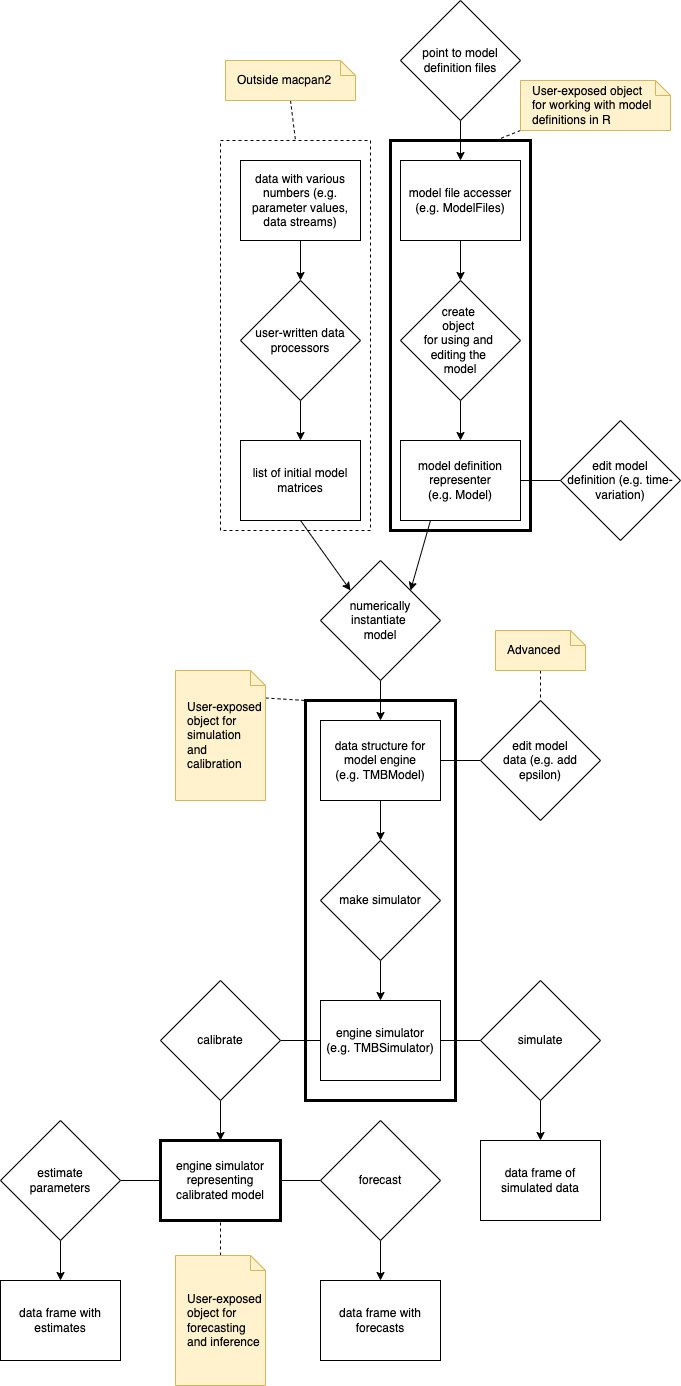
Before: misc/diagrams/object_dependencies.png, a diagram exported from draw.io (canmod/macpan2). Source tidied: cells renumbered, new cells last; positions are measured from the earlier drawing's top-left corner, leaving out a move shared by most shapes. Its diagram source:
```xml
<mxGraphModel background="#ffffff">
  <root>
    <mxCell id="0" />
    <mxCell id="1" parent="0" />
    <mxCell id="2" style="rounded=0;whiteSpace=wrap;html=1;fillColor=none;dashed=1;" parent="1" vertex="1">
      <mxGeometry x="220" y="140" width="150" height="390" as="geometry" />
    </mxCell>
    <mxCell id="3" style="edgeStyle=none;html=1;exitX=0.5;exitY=1;exitDx=0;exitDy=0;entryX=0.5;entryY=0;entryDx=0;entryDy=0;" parent="1" edge="1" source="4" target="15">
      <mxGeometry relative="1" as="geometry" />
    </mxCell>
    <mxCell id="4" value="model file accesser&lt;br&gt;(e.g. ModelFiles)" style="rounded=0;whiteSpace=wrap;html=1;" parent="1" vertex="1">
      <mxGeometry x="400" y="160" width="120" height="80" as="geometry" />
    </mxCell>
    <mxCell id="5" style="edgeStyle=none;html=1;exitX=1;exitY=0.5;exitDx=0;exitDy=0;entryX=0;entryY=0.5;entryDx=0;entryDy=0;endArrow=none;endFill=0;" parent="1" edge="1" source="7" target="16">
      <mxGeometry relative="1" as="geometry" />
    </mxCell>
    <mxCell id="6" style="edgeStyle=none;html=1;exitX=0.25;exitY=1;exitDx=0;exitDy=0;entryX=1;entryY=0;entryDx=0;entryDy=0;endArrow=classic;endFill=1;" parent="1" edge="1" source="7" target="18">
      <mxGeometry relative="1" as="geometry" />
    </mxCell>
    <mxCell id="7" value="model definition representer&lt;br&gt;(e.g. Model)" style="rounded=0;whiteSpace=wrap;html=1;" parent="1" vertex="1">
      <mxGeometry x="400" y="440" width="120" height="80" as="geometry" />
    </mxCell>
    <mxCell id="8" style="edgeStyle=none;html=1;exitX=0.5;exitY=1;exitDx=0;exitDy=0;entryX=0.5;entryY=0;entryDx=0;entryDy=0;endArrow=classic;endFill=1;" parent="1" edge="1" source="9" target="26">
      <mxGeometry relative="1" as="geometry" />
    </mxCell>
    <mxCell id="9" value="data structure for model engine&lt;br&gt;(e.g. TMBModel)" style="rounded=0;whiteSpace=wrap;html=1;" parent="1" vertex="1">
      <mxGeometry x="320" y="720" width="120" height="80" as="geometry" />
    </mxCell>
    <mxCell id="10" style="edgeStyle=none;html=1;exitX=0;exitY=0.5;exitDx=0;exitDy=0;entryX=1;entryY=0.5;entryDx=0;entryDy=0;endArrow=none;endFill=0;" parent="1" edge="1" source="11" target="31">
      <mxGeometry relative="1" as="geometry" />
    </mxCell>
    <mxCell id="11" value="engine simulator&lt;br&gt;(e.g. TMBSimulator)" style="rounded=0;whiteSpace=wrap;html=1;" parent="1" vertex="1">
      <mxGeometry x="320" y="1000" width="120" height="80" as="geometry" />
    </mxCell>
    <mxCell id="12" style="edgeStyle=none;html=1;exitX=0.5;exitY=1;exitDx=0;exitDy=0;entryX=0.5;entryY=0;entryDx=0;entryDy=0;" parent="1" edge="1" source="13" target="4">
      <mxGeometry relative="1" as="geometry" />
    </mxCell>
    <mxCell id="13" value="point to model definition files" style="rhombus;whiteSpace=wrap;html=1;" parent="1" vertex="1">
      <mxGeometry x="400" width="120" height="120" as="geometry" />
    </mxCell>
    <mxCell id="14" style="edgeStyle=none;html=1;exitX=0.5;exitY=1;exitDx=0;exitDy=0;entryX=0.5;entryY=0;entryDx=0;entryDy=0;" parent="1" edge="1" source="15" target="7">
      <mxGeometry relative="1" as="geometry" />
    </mxCell>
    <mxCell id="15" value="create &lt;br&gt;object &lt;br&gt;for using and &lt;br&gt;editing the &lt;br&gt;model" style="rhombus;whiteSpace=wrap;html=1;" parent="1" vertex="1">
      <mxGeometry x="400" y="280" width="120" height="120" as="geometry" />
    </mxCell>
    <mxCell id="16" value="edit model&lt;br&gt;definition (e.g. time-variation)" style="rhombus;whiteSpace=wrap;html=1;" parent="1" vertex="1">
      <mxGeometry x="560" y="420" width="120" height="120" as="geometry" />
    </mxCell>
    <mxCell id="17" style="edgeStyle=none;html=1;exitX=0.5;exitY=1;exitDx=0;exitDy=0;entryX=0.5;entryY=0;entryDx=0;entryDy=0;endArrow=classic;endFill=1;" parent="1" edge="1" source="18" target="9">
      <mxGeometry relative="1" as="geometry" />
    </mxCell>
    <mxCell id="18" value="numerically instantiate &lt;br&gt;model" style="rhombus;whiteSpace=wrap;html=1;" parent="1" vertex="1">
      <mxGeometry x="320" y="560" width="120" height="120" as="geometry" />
    </mxCell>
    <mxCell id="19" style="edgeStyle=none;html=1;exitX=0.5;exitY=1;exitDx=0;exitDy=0;entryX=0.5;entryY=0;entryDx=0;entryDy=0;endArrow=classic;endFill=1;" parent="1" edge="1" source="20" target="24">
      <mxGeometry relative="1" as="geometry" />
    </mxCell>
    <mxCell id="20" value="data with various numbers (e.g. parameter values, data streams)" style="rounded=0;whiteSpace=wrap;html=1;" parent="1" vertex="1">
      <mxGeometry x="240" y="160" width="120" height="80" as="geometry" />
    </mxCell>
    <mxCell id="21" style="edgeStyle=none;html=1;exitX=0.5;exitY=1;exitDx=0;exitDy=0;entryX=0;entryY=0;entryDx=0;entryDy=0;endArrow=classic;endFill=1;" parent="1" edge="1" source="22" target="18">
      <mxGeometry relative="1" as="geometry" />
    </mxCell>
    <mxCell id="22" value="list of initial model matrices" style="rounded=0;whiteSpace=wrap;html=1;" parent="1" vertex="1">
      <mxGeometry x="240" y="440" width="120" height="80" as="geometry" />
    </mxCell>
    <mxCell id="23" style="edgeStyle=none;html=1;exitX=0.5;exitY=1;exitDx=0;exitDy=0;entryX=0.5;entryY=0;entryDx=0;entryDy=0;endArrow=classic;endFill=1;" parent="1" edge="1" source="24" target="22">
      <mxGeometry relative="1" as="geometry" />
    </mxCell>
    <mxCell id="24" value="user-written data processors" style="rhombus;whiteSpace=wrap;html=1;" parent="1" vertex="1">
      <mxGeometry x="240" y="280" width="120" height="120" as="geometry" />
    </mxCell>
    <mxCell id="25" style="edgeStyle=none;html=1;exitX=0.5;exitY=1;exitDx=0;exitDy=0;entryX=0.5;entryY=0;entryDx=0;entryDy=0;endArrow=classic;endFill=1;" parent="1" edge="1" source="26" target="11">
      <mxGeometry relative="1" as="geometry" />
    </mxCell>
    <mxCell id="26" value="make simulator" style="rhombus;whiteSpace=wrap;html=1;" parent="1" vertex="1">
      <mxGeometry x="320" y="840" width="120" height="120" as="geometry" />
    </mxCell>
    <mxCell id="27" style="edgeStyle=none;html=1;exitX=0;exitY=0.5;exitDx=0;exitDy=0;entryX=1;entryY=0.5;entryDx=0;entryDy=0;endArrow=none;endFill=0;" parent="1" edge="1" source="29" target="11">
      <mxGeometry relative="1" as="geometry" />
    </mxCell>
    <mxCell id="28" style="edgeStyle=none;html=1;exitX=0.5;exitY=1;exitDx=0;exitDy=0;entryX=0.5;entryY=0;entryDx=0;entryDy=0;endArrow=classic;endFill=1;" parent="1" edge="1" source="29" target="37">
      <mxGeometry relative="1" as="geometry" />
    </mxCell>
    <mxCell id="29" value="simulate" style="rhombus;whiteSpace=wrap;html=1;" parent="1" vertex="1">
      <mxGeometry x="480" y="980" width="120" height="120" as="geometry" />
    </mxCell>
    <mxCell id="30" style="edgeStyle=none;html=1;exitX=0.5;exitY=1;exitDx=0;exitDy=0;entryX=0.5;entryY=0;entryDx=0;entryDy=0;endArrow=classic;endFill=1;" parent="1" edge="1" source="31" target="36">
      <mxGeometry relative="1" as="geometry" />
    </mxCell>
    <mxCell id="31" value="calibrate" style="rhombus;whiteSpace=wrap;html=1;" parent="1" vertex="1">
      <mxGeometry x="160" y="980" width="120" height="120" as="geometry" />
    </mxCell>
    <mxCell id="32" style="edgeStyle=none;html=1;exitX=0;exitY=0.5;exitDx=0;exitDy=0;entryX=1;entryY=0.5;entryDx=0;entryDy=0;endArrow=none;endFill=0;" parent="1" edge="1" source="33" target="9">
      <mxGeometry relative="1" as="geometry" />
    </mxCell>
    <mxCell id="33" value="edit model&lt;br&gt;data (e.g. add epsilon)" style="rhombus;whiteSpace=wrap;html=1;" parent="1" vertex="1">
      <mxGeometry x="480" y="700" width="120" height="120" as="geometry" />
    </mxCell>
    <mxCell id="34" style="edgeStyle=none;html=1;exitX=1;exitY=0.5;exitDx=0;exitDy=0;entryX=0;entryY=0.5;entryDx=0;entryDy=0;endArrow=none;endFill=0;" parent="1" edge="1" source="36" target="39">
      <mxGeometry relative="1" as="geometry" />
    </mxCell>
    <mxCell id="35" style="edgeStyle=none;html=1;exitX=0;exitY=0.5;exitDx=0;exitDy=0;entryX=1;entryY=0.5;entryDx=0;entryDy=0;endArrow=none;endFill=0;" parent="1" edge="1" source="36" target="54">
      <mxGeometry relative="1" as="geometry" />
    </mxCell>
    <mxCell id="36" value="engine simulator representing calibrated model" style="rounded=0;whiteSpace=wrap;html=1;fillColor=default;strokeWidth=3;" parent="1" vertex="1">
      <mxGeometry x="160" y="1140" width="120" height="80" as="geometry" />
    </mxCell>
    <mxCell id="37" value="data frame of simulated data" style="rounded=0;whiteSpace=wrap;html=1;fillColor=default;" parent="1" vertex="1">
      <mxGeometry x="480" y="1140" width="120" height="80" as="geometry" />
    </mxCell>
    <mxCell id="38" style="edgeStyle=none;html=1;exitX=0.5;exitY=1;exitDx=0;exitDy=0;entryX=0.5;entryY=0;entryDx=0;entryDy=0;endArrow=classic;endFill=1;" parent="1" edge="1" source="39" target="40">
      <mxGeometry relative="1" as="geometry" />
    </mxCell>
    <mxCell id="39" value="forecast" style="rhombus;whiteSpace=wrap;html=1;" parent="1" vertex="1">
      <mxGeometry x="320" y="1120" width="120" height="120" as="geometry" />
    </mxCell>
    <mxCell id="40" value="data frame with forecasts" style="rounded=0;whiteSpace=wrap;html=1;fillColor=default;" parent="1" vertex="1">
      <mxGeometry x="320" y="1280" width="120" height="80" as="geometry" />
    </mxCell>
    <mxCell id="41" style="rounded=0;whiteSpace=wrap;html=1;fillColor=none;strokeWidth=3;" parent="1" vertex="1">
      <mxGeometry x="390" y="140" width="140" height="390" as="geometry" />
    </mxCell>
    <mxCell id="42" style="edgeStyle=none;html=1;exitX=0.5;exitY=1;exitDx=0;exitDy=0;exitPerimeter=0;entryX=0.5;entryY=0;entryDx=0;entryDy=0;endArrow=none;endFill=0;dashed=1;" parent="1" edge="1" source="43" target="2">
      <mxGeometry relative="1" as="geometry" />
    </mxCell>
    <mxCell id="43" value="Outside macpan2" style="shape=note;size=15;align=left;spacingLeft=10;html=1;whiteSpace=wrap;strokeWidth=1;fillColor=#fff2cc;strokeColor=#d6b656;" parent="1" vertex="1">
      <mxGeometry x="225" y="60" width="130" height="40" as="geometry" />
    </mxCell>
    <mxCell id="44" style="edgeStyle=none;html=1;exitX=0.5;exitY=1;exitDx=0;exitDy=0;exitPerimeter=0;entryX=0.5;entryY=0;entryDx=0;entryDy=0;endArrow=none;endFill=0;dashed=1;" parent="1" edge="1" source="45" target="33">
      <mxGeometry relative="1" as="geometry" />
    </mxCell>
    <mxCell id="45" value="Advanced" style="shape=note;size=15;align=left;spacingLeft=10;html=1;whiteSpace=wrap;strokeWidth=1;fillColor=#fff2cc;strokeColor=#d6b656;" parent="1" vertex="1">
      <mxGeometry x="495" y="630" width="90" height="40" as="geometry" />
    </mxCell>
    <mxCell id="46" style="edgeStyle=none;html=1;exitX=0;exitY=1;exitDx=0;exitDy=0;exitPerimeter=0;entryX=0.75;entryY=0;entryDx=0;entryDy=0;endArrow=none;endFill=0;dashed=1;" parent="1" edge="1" source="47" target="41">
      <mxGeometry relative="1" as="geometry" />
    </mxCell>
    <mxCell id="47" value="User-exposed object &lt;br&gt;for working with model definitions in R" style="shape=note;size=15;align=left;spacingLeft=10;html=1;whiteSpace=wrap;strokeWidth=1;fillColor=#fff2cc;strokeColor=#d6b656;" parent="1" vertex="1">
      <mxGeometry x="520" y="80" width="150" height="50" as="geometry" />
    </mxCell>
    <mxCell id="48" style="rounded=0;whiteSpace=wrap;html=1;fillColor=none;strokeWidth=3;" parent="1" vertex="1">
      <mxGeometry x="305" y="700" width="150" height="400" as="geometry" />
    </mxCell>
    <mxCell id="49" style="edgeStyle=none;html=1;exitX=0;exitY=0;exitDx=90;exitDy=27.5;exitPerimeter=0;entryX=0;entryY=0;entryDx=0;entryDy=0;endArrow=none;endFill=0;dashed=1;" parent="1" edge="1" source="50" target="48">
      <mxGeometry relative="1" as="geometry" />
    </mxCell>
    <mxCell id="50" value="User-exposed object for simulation&lt;br&gt;and calibration" style="shape=note;size=15;align=left;spacingLeft=10;html=1;whiteSpace=wrap;strokeWidth=1;fillColor=#fff2cc;strokeColor=#d6b656;" parent="1" vertex="1">
      <mxGeometry x="175" y="670" width="90" height="130" as="geometry" />
    </mxCell>
    <mxCell id="51" style="edgeStyle=none;html=1;exitX=0.5;exitY=0;exitDx=0;exitDy=0;exitPerimeter=0;entryX=0.5;entryY=1;entryDx=0;entryDy=0;endArrow=none;endFill=0;dashed=1;" parent="1" edge="1" source="52" target="36">
      <mxGeometry relative="1" as="geometry" />
    </mxCell>
    <mxCell id="52" value="User-exposed object for forecasting and inference" style="shape=note;size=15;align=left;spacingLeft=10;html=1;whiteSpace=wrap;strokeWidth=1;fillColor=#fff2cc;strokeColor=#d6b656;" parent="1" vertex="1">
      <mxGeometry x="175" y="1255" width="90" height="130" as="geometry" />
    </mxCell>
    <mxCell id="53" style="edgeStyle=none;html=1;exitX=0.5;exitY=1;exitDx=0;exitDy=0;entryX=0.5;entryY=0;entryDx=0;entryDy=0;endArrow=classic;endFill=1;" parent="1" edge="1" source="54" target="55">
      <mxGeometry relative="1" as="geometry" />
    </mxCell>
    <mxCell id="54" value="estimate&lt;br&gt;parameters" style="rhombus;whiteSpace=wrap;html=1;" parent="1" vertex="1">
      <mxGeometry y="1120" width="120" height="120" as="geometry" />
    </mxCell>
    <mxCell id="55" value="data frame with estimates" style="rounded=0;whiteSpace=wrap;html=1;fillColor=default;" parent="1" vertex="1">
      <mxGeometry y="1280" width="120" height="80" as="geometry" />
    </mxCell>
  </root>
</mxGraphModel>
```
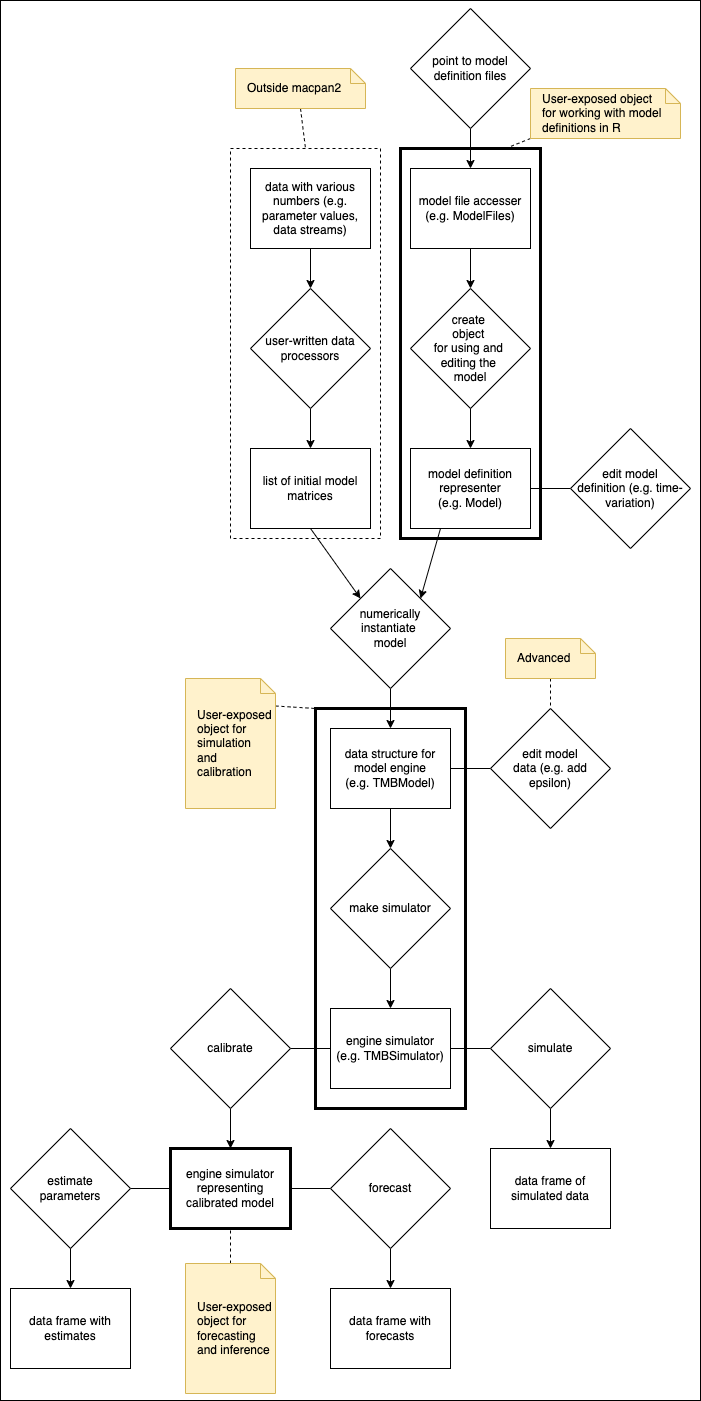
Above is the later version.

Commit message:
background colour [skip ci]

The edit, as a diff of the source:
```diff
@@ -2,6 +2,9 @@
   <root>
     <mxCell id="0" />
     <mxCell id="1" parent="0" />
+    <mxCell id="56" style="rounded=0;whiteSpace=wrap;html=1;" parent="1" vertex="1">
+      <mxGeometry x="-10" y="-8" width="700" height="1400" as="geometry" />
+    </mxCell>
     <mxCell id="2" style="rounded=0;whiteSpace=wrap;html=1;fillColor=none;dashed=1;" parent="1" vertex="1">
       <mxGeometry x="220" y="140" width="150" height="390" as="geometry" />
     </mxCell>
```
